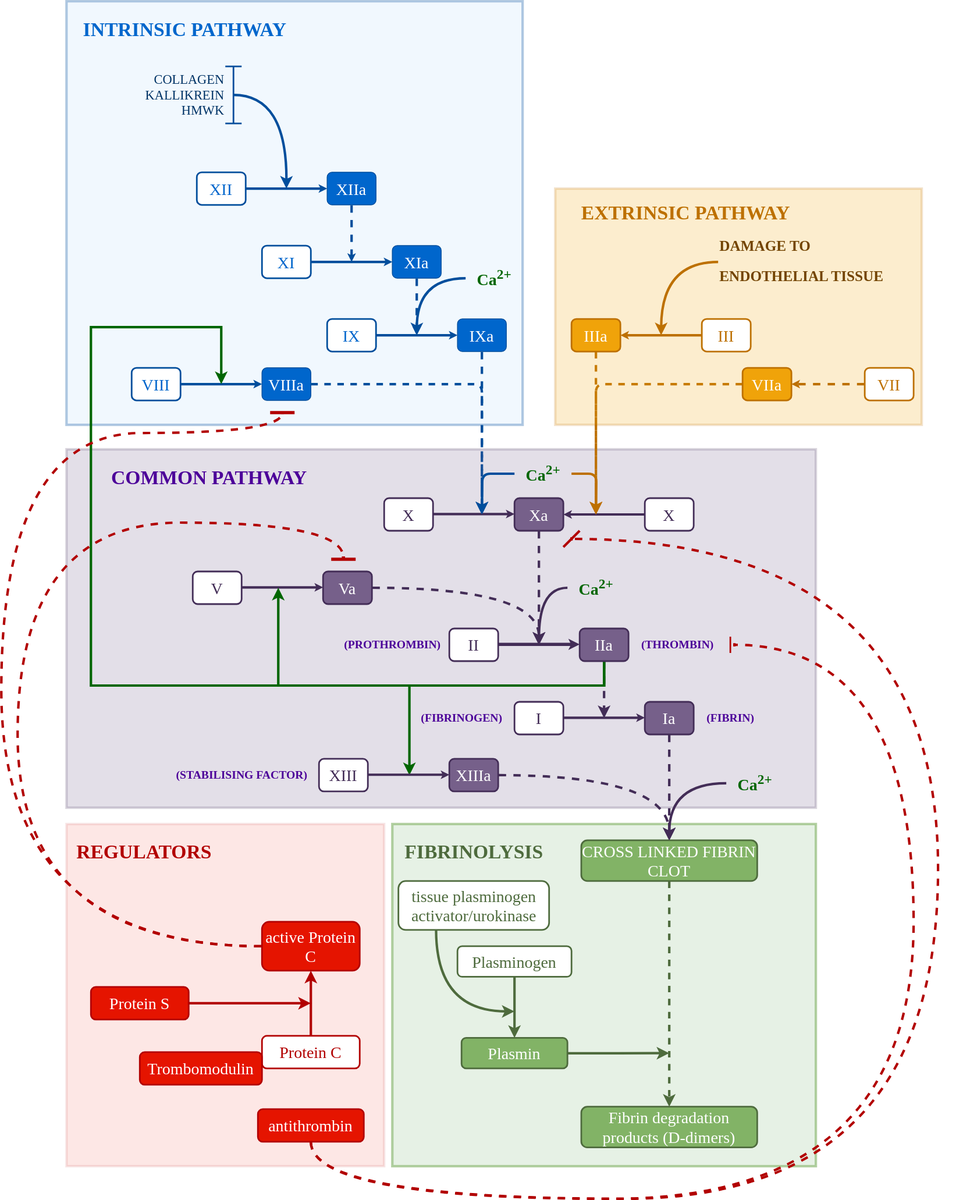
rmvpaeme/stolling keeps this draw.io diagram as images/fibrinolysis.drawio.svg. Above is the earlier version. Source tidied: cells renumbered, new cells last; positions are measured from the earlier drawing's top-left corner, leaving out a move shared by most shapes.
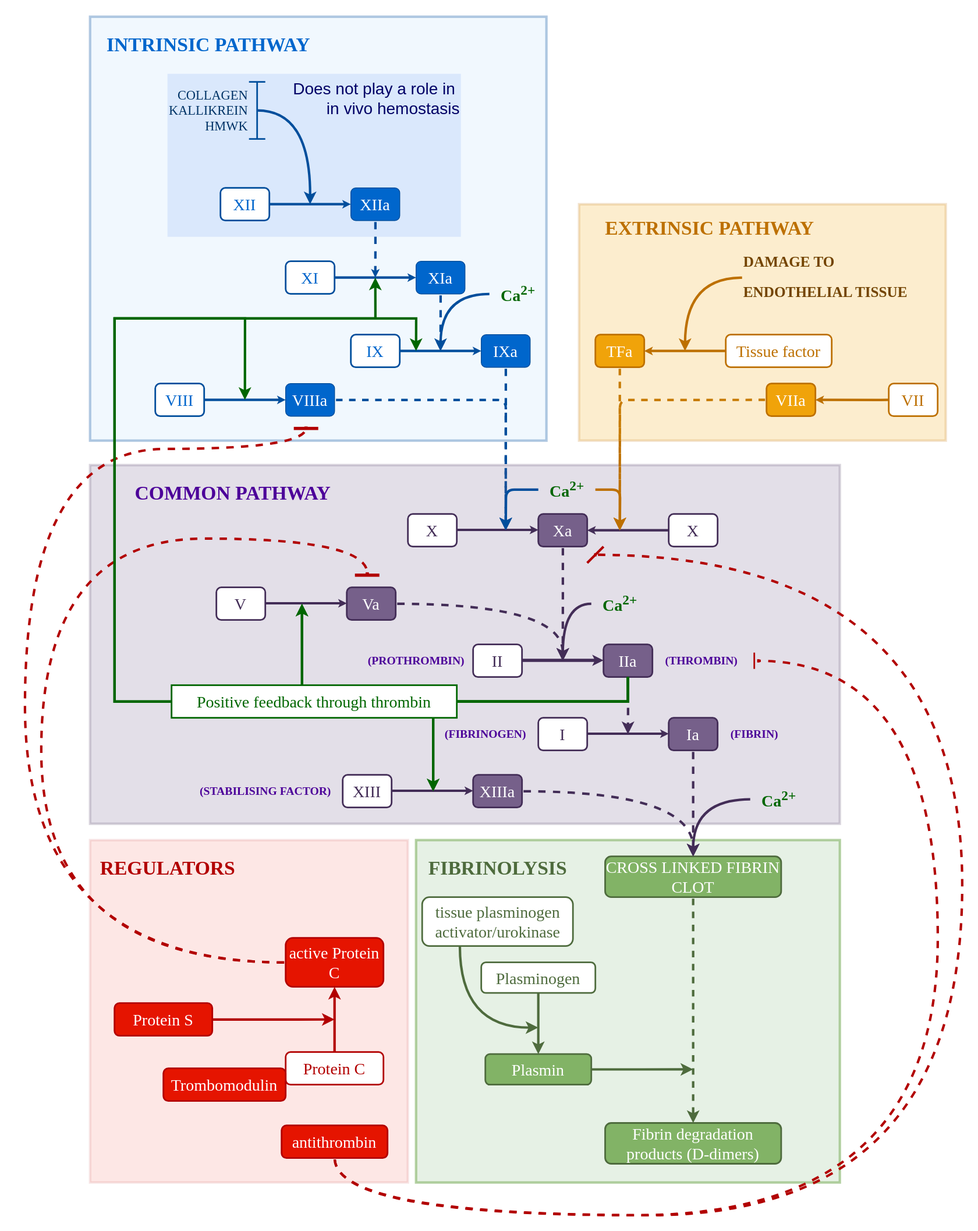
After the change.

Diff of the diagram source:
```diff
@@ -1,10 +1,11 @@
 <mxGraphModel>
   <root>
     <mxCell id="0" />
+    <mxCell id="106" value="frame" parent="0" />
+    <mxCell id="107" style="rounded=0;whiteSpace=wrap;html=1;fillColor=default;strokeColor=none;opacity=0;" parent="106" vertex="1">
+      <mxGeometry x="-30" y="-20" width="1200" height="1510" as="geometry" />
+    </mxCell>
     <mxCell id="1" value="fibrinolysis" parent="0" />
-    <mxCell id="2" style="rounded=0;whiteSpace=wrap;html=1;strokeColor=none;" parent="1" vertex="1">
-      <mxGeometry x="80" width="1100" height="1430" as="geometry" />
-    </mxCell>
     <mxCell id="3" style="rounded=0;whiteSpace=wrap;html=1;fillColor=#d5e8d4;strokeColor=#82b366;opacity=60;strokeWidth=3;" parent="1" vertex="1">
       <mxGeometry x="480" y="1010" width="520" height="420" as="geometry" />
     </mxCell>
@@ -14,34 +15,9 @@
     <mxCell id="5" style="rounded=0;whiteSpace=wrap;html=1;fillColor=#D1E6FC;strokeWidth=3;strokeColor=#004E9C;opacity=30;" parent="1" vertex="1">
       <mxGeometry x="80" width="560" height="520" as="geometry" />
     </mxCell>
-    <mxCell id="6" style="edgeStyle=orthogonalEdgeStyle;rounded=0;jettySize=auto;html=1;strokeWidth=3;endSize=1;strokeColor=#004e9c;dashed=1;flowAnimation=1;" parent="1" edge="1" source="7">
-      <mxGeometry relative="1" as="geometry">
-        <mxPoint x="430" y="320" as="targetPoint" />
-      </mxGeometry>
-    </mxCell>
-    <mxCell id="7" value="&lt;font face=&quot;Tahoma&quot; style=&quot;font-size: 20px;&quot;&gt;XIIa&lt;/font&gt;" style="rounded=1;whiteSpace=wrap;html=1;fillColor=#0066CC;strokeColor=#004E9C;fontColor=#ffffff;shadow=0;fillStyle=solid;" parent="1" vertex="1">
-      <mxGeometry x="400" y="210" width="60" height="40" as="geometry" />
-    </mxCell>
-    <mxCell id="8" style="edgeStyle=orthogonalEdgeStyle;rounded=0;jettySize=auto;html=1;strokeWidth=3;strokeColor=#004E9C;flowAnimation=0;shadow=0;endSize=1;startSize=1;jumpSize=6;" parent="1" edge="1" source="9" target="7">
-      <mxGeometry relative="1" as="geometry" />
-    </mxCell>
-    <mxCell id="9" value="&lt;font style=&quot;font-size: 20px;&quot; face=&quot;Tahoma&quot;&gt;XII&lt;/font&gt;" style="rounded=1;whiteSpace=wrap;html=1;fillColor=#ffffff;fontColor=#0066CC;strokeColor=#004E9C;strokeWidth=2;" parent="1" vertex="1">
-      <mxGeometry x="240" y="210" width="60" height="40" as="geometry" />
-    </mxCell>
     <mxCell id="10" value="&lt;h1&gt;INTRINSIC PATHWAY&lt;/h1&gt;" style="text;html=1;align=center;verticalAlign=middle;strokeColor=none;fillColor=none;fontColor=#0066cc;fontFamily=Tahoma;" parent="1" vertex="1">
       <mxGeometry x="80" width="290" height="70" as="geometry" />
     </mxCell>
-    <mxCell id="11" style="edgeStyle=orthogonalEdgeStyle;rounded=0;jettySize=auto;html=1;curved=1;strokeWidth=3;strokeColor=#004E9C;exitX=0.5;exitY=0.5;exitDx=0;exitDy=0;exitPerimeter=0;" parent="1" edge="1" source="13">
-      <mxGeometry relative="1" as="geometry">
-        <mxPoint x="350" y="230" as="targetPoint" />
-      </mxGeometry>
-    </mxCell>
-    <mxCell id="12" value="&lt;font color=&quot;#003366&quot; face=&quot;Tahoma&quot; style=&quot;font-size: 16px;&quot;&gt;COLLAGEN&lt;/font&gt;&lt;div&gt;&lt;font color=&quot;#003366&quot; face=&quot;Tahoma&quot; style=&quot;font-size: 16px;&quot;&gt;KALLIKREIN&lt;/font&gt;&lt;/div&gt;&lt;div&gt;&lt;font color=&quot;#003366&quot; face=&quot;Tahoma&quot; style=&quot;font-size: 16px;&quot;&gt;HMWK&lt;/font&gt;&lt;/div&gt;" style="text;html=1;align=right;verticalAlign=middle;strokeColor=none;fillColor=none;" parent="1" vertex="1">
-      <mxGeometry x="165" y="80" width="110" height="70" as="geometry" />
-    </mxCell>
-    <mxCell id="13" style="shape=crossbar;whiteSpace=wrap;html=1;rounded=1;direction=south;strokeWidth=2;fillColor=#004E9C;strokeColor=#004E9C;" parent="1" vertex="1">
-      <mxGeometry x="275" y="80" width="20" height="70" as="geometry" />
-    </mxCell>
     <mxCell id="14" style="edgeStyle=orthogonalEdgeStyle;rounded=0;jettySize=auto;html=1;strokeWidth=3;endSize=1;strokeColor=#004e9c;dashed=1;flowAnimation=1;" parent="1" edge="1" source="15">
       <mxGeometry relative="1" as="geometry">
         <mxPoint x="510" y="410" as="targetPoint" />
@@ -147,17 +123,6 @@
         <mxPoint x="740" y="880" as="targetPoint" />
       </mxGeometry>
     </mxCell>
-    <mxCell id="40" style="edgeStyle=orthogonalEdgeStyle;rounded=0;jettySize=auto;html=1;strokeWidth=3;strokeColor=#006600;flowAnimation=0;" parent="1" edge="1" source="42">
-      <mxGeometry relative="1" as="geometry">
-        <mxPoint x="270" y="470" as="targetPoint" />
-        <Array as="points">
-          <mxPoint x="740" y="840" />
-          <mxPoint x="110" y="840" />
-          <mxPoint x="110" y="400" />
-          <mxPoint x="270" y="400" />
-        </Array>
-      </mxGeometry>
-    </mxCell>
     <mxCell id="41" style="edgeStyle=orthogonalEdgeStyle;rounded=0;jettySize=auto;html=1;strokeWidth=3;strokeColor=#006600;flowAnimation=0;" parent="1" edge="1" source="42">
       <mxGeometry relative="1" as="geometry">
         <mxPoint x="500" y="950" as="targetPoint" />
@@ -369,15 +334,6 @@
     <mxCell id="88" value="&lt;h1&gt;&lt;font color=&quot;#bd7000&quot;&gt;EXTRINSIC PATHWAY&lt;/font&gt;&lt;/h1&gt;" style="text;html=1;align=center;verticalAlign=middle;strokeColor=none;fillColor=none;fontColor=#0066cc;fontFamily=Tahoma;" parent="1" vertex="1">
       <mxGeometry x="695" y="225" width="290" height="70" as="geometry" />
     </mxCell>
-    <mxCell id="89" value="&lt;font color=&quot;#ffffff&quot;&gt;&lt;span style=&quot;font-size: 20px;&quot;&gt;IIIa&lt;/span&gt;&lt;/font&gt;" style="rounded=1;whiteSpace=wrap;html=1;fillColor=#f0a30a;fontColor=#000000;strokeColor=#BD7000;strokeWidth=2;fontFamily=Tahoma;" parent="1" vertex="1">
-      <mxGeometry x="700" y="390" width="60" height="40" as="geometry" />
-    </mxCell>
-    <mxCell id="90" value="&lt;font face=&quot;Tahoma&quot;&gt;&lt;span style=&quot;font-size: 20px;&quot;&gt;III&lt;/span&gt;&lt;/font&gt;" style="rounded=1;whiteSpace=wrap;html=1;strokeWidth=2;strokeColor=#BD7000;fontColor=#BD7000;" parent="1" vertex="1">
-      <mxGeometry x="860" y="390" width="60" height="40" as="geometry" />
-    </mxCell>
-    <mxCell id="91" style="edgeStyle=orthogonalEdgeStyle;rounded=0;jettySize=auto;html=1;strokeWidth=3;strokeColor=#BD7000;flowAnimation=0;shadow=0;endSize=1;startSize=1;jumpSize=6;entryX=1;entryY=0.5;entryDx=0;entryDy=0;exitX=0;exitY=0.5;exitDx=0;exitDy=0;fontColor=#BD7000;" parent="1" edge="1" source="90" target="89">
-      <mxGeometry relative="1" as="geometry" />
-    </mxCell>
     <mxCell id="92" style="edgeStyle=orthogonalEdgeStyle;rounded=0;jettySize=auto;html=1;curved=1;strokeColor=#BD7000;strokeWidth=3;" parent="1" edge="1" source="93">
       <mxGeometry relative="1" as="geometry">
         <mxPoint x="810" y="410" as="targetPoint" />
@@ -392,7 +348,7 @@
     <mxCell id="95" value="&lt;font face=&quot;Tahoma&quot;&gt;&lt;span style=&quot;font-size: 20px;&quot;&gt;VII&lt;/span&gt;&lt;/font&gt;" style="rounded=1;whiteSpace=wrap;html=1;strokeWidth=2;strokeColor=#BD7000;fontColor=#BD7000;" parent="1" vertex="1">
       <mxGeometry x="1060" y="450" width="60" height="40" as="geometry" />
     </mxCell>
-    <mxCell id="96" style="edgeStyle=orthogonalEdgeStyle;rounded=0;jettySize=auto;html=1;strokeWidth=3;strokeColor=#BD7000;flowAnimation=1;shadow=0;endSize=1;startSize=1;jumpSize=6;entryX=1;entryY=0.5;entryDx=0;entryDy=0;exitX=0;exitY=0.5;exitDx=0;exitDy=0;fontColor=#BD7000;dashed=1;" parent="1" edge="1" source="95" target="94">
+    <mxCell id="96" style="edgeStyle=orthogonalEdgeStyle;rounded=0;jettySize=auto;html=1;strokeWidth=3;strokeColor=#BD7000;flowAnimation=0;shadow=0;endSize=1;startSize=1;jumpSize=6;entryX=1;entryY=0.5;entryDx=0;entryDy=0;exitX=0;exitY=0.5;exitDx=0;exitDy=0;fontColor=#BD7000;" parent="1" edge="1" source="95" target="94">
       <mxGeometry relative="1" as="geometry">
         <Array as="points">
           <mxPoint x="1050" y="470" />
@@ -440,5 +396,104 @@
         </Array>
       </mxGeometry>
     </mxCell>
+    <mxCell id="108" style="edgeStyle=orthogonalEdgeStyle;rounded=0;orthogonalLoop=1;jettySize=auto;html=1;strokeWidth=3;strokeColor=#006600;flowAnimation=0;" parent="1" edge="1">
+      <mxGeometry relative="1" as="geometry">
+        <mxPoint x="740" y="810" as="sourcePoint" />
+        <mxPoint x="340" y="720" as="targetPoint" />
+        <Array as="points">
+          <mxPoint x="740" y="840" />
+          <mxPoint x="340" y="840" />
+        </Array>
+      </mxGeometry>
+    </mxCell>
+    <mxCell id="109" style="edgeStyle=orthogonalEdgeStyle;rounded=0;orthogonalLoop=1;jettySize=auto;html=1;strokeWidth=3;strokeColor=#006600;flowAnimation=0;" parent="1" edge="1">
+      <mxGeometry relative="1" as="geometry">
+        <mxPoint x="740" y="810" as="sourcePoint" />
+        <mxPoint x="270" y="470" as="targetPoint" />
+        <Array as="points">
+          <mxPoint x="740" y="840" />
+          <mxPoint x="110" y="840" />
+          <mxPoint x="110" y="370" />
+          <mxPoint x="270" y="370" />
+        </Array>
+      </mxGeometry>
+    </mxCell>
+    <mxCell id="110" style="edgeStyle=orthogonalEdgeStyle;rounded=0;orthogonalLoop=1;jettySize=auto;html=1;strokeWidth=3;strokeColor=#006600;flowAnimation=0;" parent="1" edge="1">
+      <mxGeometry relative="1" as="geometry">
+        <mxPoint x="740" y="810" as="sourcePoint" />
+        <mxPoint x="500" y="950" as="targetPoint" />
+        <Array as="points">
+          <mxPoint x="740" y="840" />
+          <mxPoint x="501" y="840" />
+        </Array>
+      </mxGeometry>
+    </mxCell>
+    <mxCell id="111" style="edgeStyle=orthogonalEdgeStyle;rounded=0;orthogonalLoop=1;jettySize=auto;html=1;strokeColor=#006600;strokeWidth=3;align=center;verticalAlign=middle;fontFamily=Helvetica;fontSize=11;fontColor=default;labelBackgroundColor=default;endArrow=classic;flowAnimation=0;" parent="1" edge="1">
+      <mxGeometry relative="1" as="geometry">
+        <mxPoint x="740" y="810" as="sourcePoint" />
+        <mxPoint x="430" y="320" as="targetPoint" />
+        <Array as="points">
+          <mxPoint x="740" y="840" />
+          <mxPoint x="110" y="840" />
+          <mxPoint x="110" y="370" />
+          <mxPoint x="430" y="370" />
+        </Array>
+      </mxGeometry>
+    </mxCell>
+    <mxCell id="112" style="edgeStyle=orthogonalEdgeStyle;rounded=0;orthogonalLoop=1;jettySize=auto;html=1;strokeColor=#006600;strokeWidth=3;align=center;verticalAlign=middle;fontFamily=Helvetica;fontSize=11;fontColor=default;labelBackgroundColor=default;endArrow=classic;flowAnimation=0;" parent="1" edge="1">
+      <mxGeometry relative="1" as="geometry">
+        <mxPoint x="740" y="810" as="sourcePoint" />
+        <mxPoint x="480" y="410" as="targetPoint" />
+        <Array as="points">
+          <mxPoint x="740" y="840" />
+          <mxPoint x="110" y="840" />
+          <mxPoint x="110" y="370" />
+          <mxPoint x="480" y="370" />
+        </Array>
+      </mxGeometry>
+    </mxCell>
+    <mxCell id="113" value="Positive feedback through thrombin" style="rounded=0;whiteSpace=wrap;html=1;strokeColor=#006600;strokeWidth=2;align=center;verticalAlign=middle;fontFamily=Tahoma;fontSize=20;fontColor=#006600;fillColor=default;fillStyle=auto;" parent="1" vertex="1">
+      <mxGeometry x="180" y="820" width="350" height="40" as="geometry" />
+    </mxCell>
+    <mxCell id="114" style="rounded=0;whiteSpace=wrap;html=1;strokeColor=none;fillColor=#dae8fc;" parent="1" vertex="1">
+      <mxGeometry x="175" y="70" width="360" height="200" as="geometry" />
+    </mxCell>
+    <mxCell id="115" value="Does not play a role in&amp;nbsp;&lt;div&gt;&lt;span style=&quot;background-color: initial;&quot;&gt;in vivo hemostasis&lt;/span&gt;&lt;/div&gt;" style="text;html=1;align=right;verticalAlign=middle;strokeColor=none;fillColor=none;fontSize=20;fontColor=#000066;" parent="1" vertex="1">
+      <mxGeometry x="305" y="70" width="230" height="60" as="geometry" />
+    </mxCell>
+    <mxCell id="7" value="&lt;font face=&quot;Tahoma&quot; style=&quot;font-size: 20px;&quot;&gt;XIIa&lt;/font&gt;" style="rounded=1;whiteSpace=wrap;html=1;fillColor=#0066CC;strokeColor=#004E9C;fontColor=#ffffff;shadow=0;fillStyle=solid;" parent="1" vertex="1">
+      <mxGeometry x="400" y="210" width="60" height="40" as="geometry" />
+    </mxCell>
+    <mxCell id="8" style="edgeStyle=orthogonalEdgeStyle;rounded=0;jettySize=auto;html=1;strokeWidth=3;strokeColor=#004E9C;flowAnimation=0;shadow=0;endSize=1;startSize=1;jumpSize=6;" parent="1" edge="1" source="9" target="7">
+      <mxGeometry relative="1" as="geometry" />
+    </mxCell>
+    <mxCell id="9" value="&lt;font style=&quot;font-size: 20px;&quot; face=&quot;Tahoma&quot;&gt;XII&lt;/font&gt;" style="rounded=1;whiteSpace=wrap;html=1;fillColor=#ffffff;fontColor=#0066CC;strokeColor=#004E9C;strokeWidth=2;" parent="1" vertex="1">
+      <mxGeometry x="240" y="210" width="60" height="40" as="geometry" />
+    </mxCell>
+    <mxCell id="11" style="edgeStyle=orthogonalEdgeStyle;rounded=0;jettySize=auto;html=1;curved=1;strokeWidth=3;strokeColor=#004E9C;exitX=0.5;exitY=0.5;exitDx=0;exitDy=0;exitPerimeter=0;" parent="1" edge="1" source="13">
+      <mxGeometry relative="1" as="geometry">
+        <mxPoint x="350" y="230" as="targetPoint" />
+      </mxGeometry>
+    </mxCell>
+    <mxCell id="12" value="&lt;font color=&quot;#003366&quot; face=&quot;Tahoma&quot; style=&quot;font-size: 16px;&quot;&gt;COLLAGEN&lt;/font&gt;&lt;div&gt;&lt;font color=&quot;#003366&quot; face=&quot;Tahoma&quot; style=&quot;font-size: 16px;&quot;&gt;KALLIKREIN&lt;/font&gt;&lt;/div&gt;&lt;div&gt;&lt;font color=&quot;#003366&quot; face=&quot;Tahoma&quot; style=&quot;font-size: 16px;&quot;&gt;HMWK&lt;/font&gt;&lt;/div&gt;" style="text;html=1;align=right;verticalAlign=middle;strokeColor=none;fillColor=none;" parent="1" vertex="1">
+      <mxGeometry x="165" y="80" width="110" height="70" as="geometry" />
+    </mxCell>
+    <mxCell id="13" style="shape=crossbar;whiteSpace=wrap;html=1;rounded=1;direction=south;strokeWidth=2;fillColor=#004E9C;strokeColor=#004E9C;" parent="1" vertex="1">
+      <mxGeometry x="275" y="80" width="20" height="70" as="geometry" />
+    </mxCell>
+    <mxCell id="116" value="&lt;font color=&quot;#ffffff&quot;&gt;&lt;span style=&quot;font-size: 20px;&quot;&gt;TFa&lt;/span&gt;&lt;/font&gt;" style="rounded=1;whiteSpace=wrap;html=1;fillColor=#f0a30a;fontColor=#000000;strokeColor=#BD7000;strokeWidth=2;fontFamily=Tahoma;" parent="1" vertex="1">
+      <mxGeometry x="700" y="390" width="60" height="40" as="geometry" />
+    </mxCell>
+    <mxCell id="117" value="&lt;font face=&quot;Tahoma&quot;&gt;&lt;span style=&quot;font-size: 20px;&quot;&gt;Tissue factor&lt;/span&gt;&lt;/font&gt;" style="rounded=1;whiteSpace=wrap;html=1;strokeWidth=2;strokeColor=#BD7000;fontColor=#BD7000;" parent="1" vertex="1">
+      <mxGeometry x="860" y="390" width="130" height="40" as="geometry" />
+    </mxCell>
+    <mxCell id="118" style="edgeStyle=orthogonalEdgeStyle;rounded=0;jettySize=auto;html=1;strokeWidth=3;strokeColor=#BD7000;flowAnimation=0;shadow=0;endSize=1;startSize=1;jumpSize=6;entryX=1;entryY=0.5;entryDx=0;entryDy=0;exitX=0;exitY=0.5;exitDx=0;exitDy=0;fontColor=#BD7000;" parent="1" edge="1" source="117" target="116">
+      <mxGeometry relative="1" as="geometry" />
+    </mxCell>
+    <mxCell id="6" style="edgeStyle=orthogonalEdgeStyle;rounded=0;jettySize=auto;html=1;strokeWidth=3;endSize=1;strokeColor=#004e9c;dashed=1;flowAnimation=1;" parent="1" edge="1" source="7">
+      <mxGeometry relative="1" as="geometry">
+        <mxPoint x="430" y="320" as="targetPoint" />
+      </mxGeometry>
+    </mxCell>
   </root>
 </mxGraphModel>
```
